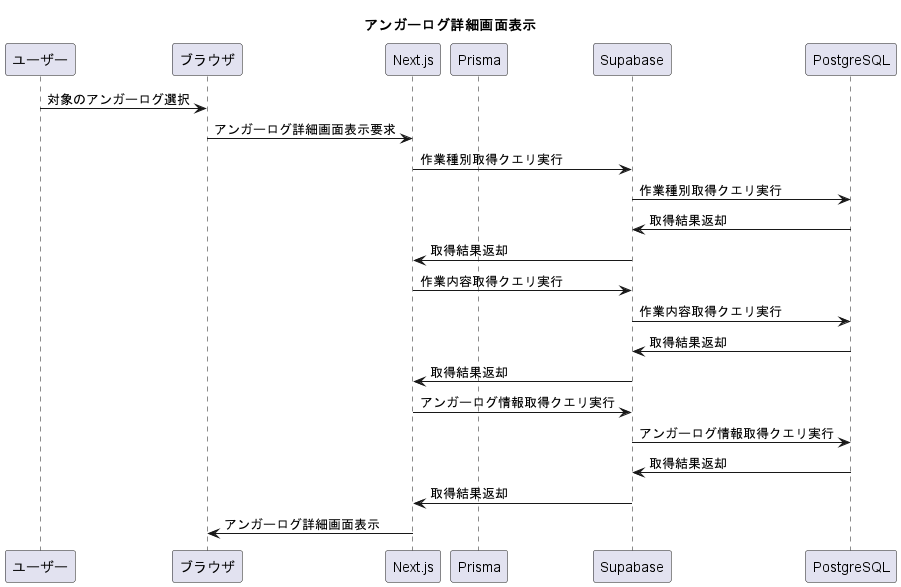
Above: uml/out/angerLog/pageAngerLogDetail/pageAngerLogDetail.png in washogo/angerLogApp (PlantUML), before the change.
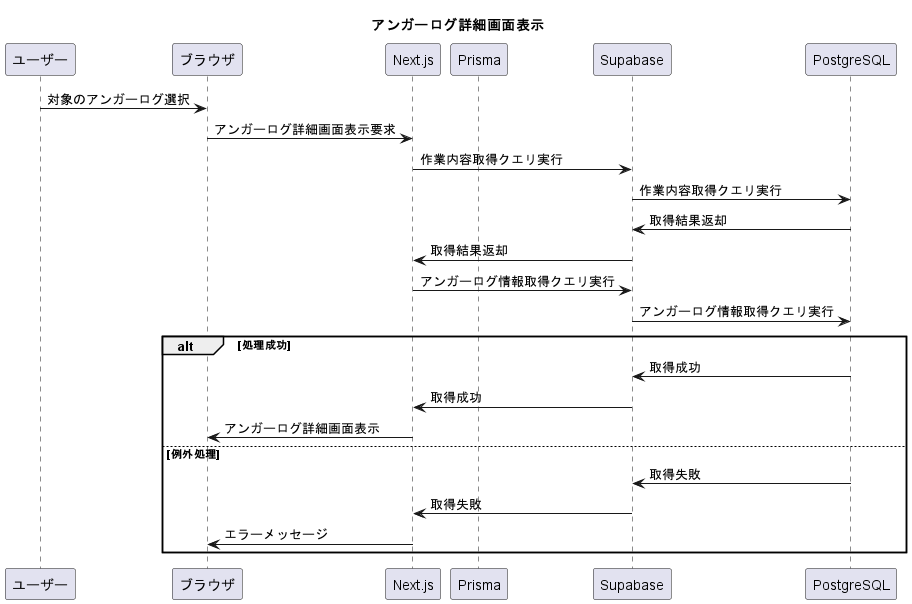
Later version of the same file.

Change to the diagram source:
```diff
@@ -9,18 +9,20 @@
 
 ユーザー -> ブラウザ:対象のアンガーログ選択
 ブラウザ -> Next.js: アンガーログ詳細画面表示要求
-Next.js -> Supabase: 作業種別取得クエリ実行
-Supabase -> PostgreSQL: 作業種別取得クエリ実行
-PostgreSQL -> Supabase: 取得結果返却
-Supabase -> Next.js: 取得結果返却
 Next.js -> Supabase: 作業内容取得クエリ実行
 Supabase -> PostgreSQL: 作業内容取得クエリ実行
 PostgreSQL -> Supabase: 取得結果返却
 Supabase -> Next.js: 取得結果返却
 Next.js -> Supabase: アンガーログ情報取得クエリ実行
 Supabase -> PostgreSQL: アンガーログ情報取得クエリ実行
-PostgreSQL -> Supabase: 取得結果返却
-Supabase -> Next.js: 取得結果返却
-Next.js -> ブラウザ: アンガーログ詳細画面表示
+alt 処理成功
+  PostgreSQL -> Supabase: 取得成功
+  Supabase -> Next.js: 取得成功
+  Next.js -> ブラウザ: アンガーログ詳細画面表示
+else 例外処理
+  PostgreSQL -> Supabase: 取得失敗
+  Supabase -> Next.js: 取得失敗
+  Next.js -> ブラウザ: エラーメッセージ
+end
 
 @enduml
```
